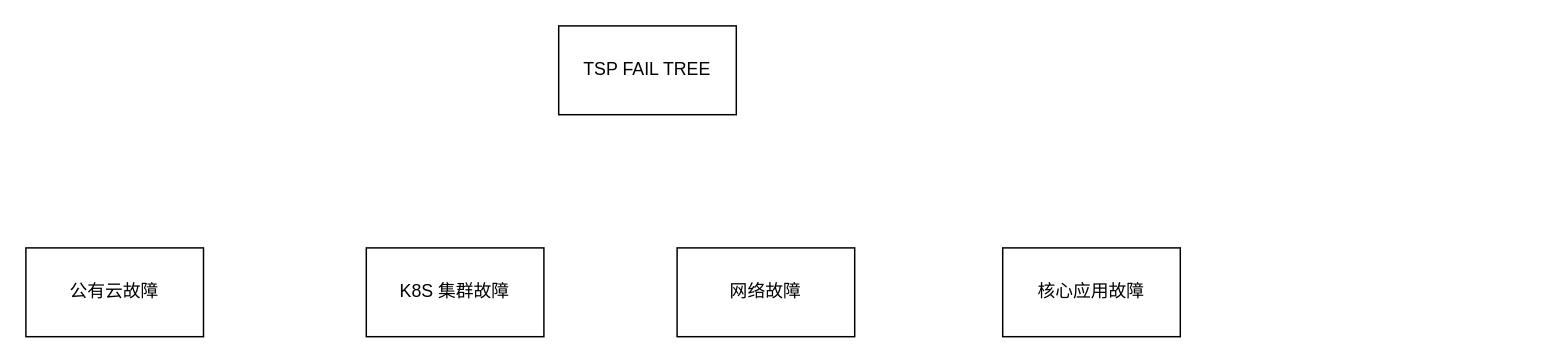
The draw.io diagram TSP FAIL TREE.drawio in tengxiao/zabbix-report, before the edit. Source tidied: cells renumbered, new cells numbered last; positions are measured from the earlier drawing's top-left corner, leaving out a move shared by most shapes. Both pictures are drawn from the tidied source at 148%, with x=0, y=0 at pixel (25, 25).
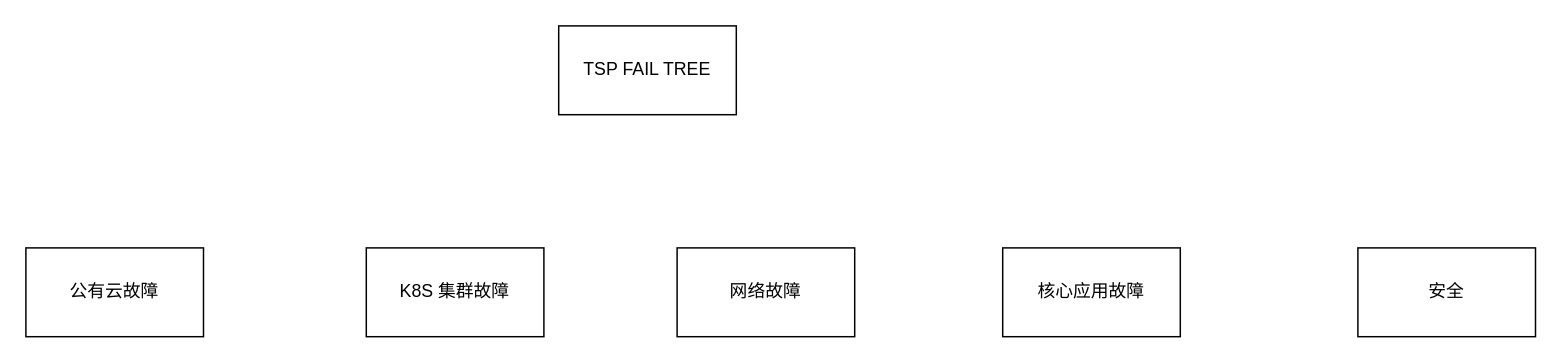
The same diagram, later.

Change to the diagram source:
```diff
@@
 <mxGraphModel>
   <root>
     <mxCell id="0" />
     <mxCell id="1" parent="0" />
     <mxCell id="2" value="TSP FAIL TREE" style="rounded=0;whiteSpace=wrap;html=1;" parent="1" vertex="1">
       <mxGeometry x="360" width="120" height="60" as="geometry" />
     </mxCell>
     <mxCell id="3" value="公有云故障" style="rounded=0;whiteSpace=wrap;html=1;" parent="1" vertex="1">
       <mxGeometry y="150" width="120" height="60" as="geometry" />
     </mxCell>
     <mxCell id="4" value="K8S 集群故障" style="rounded=0;whiteSpace=wrap;html=1;" parent="1" vertex="1">
       <mxGeometry x="230" y="150" width="120" height="60" as="geometry" />
     </mxCell>
     <mxCell id="5" value="网络故障" style="rounded=0;whiteSpace=wrap;html=1;" parent="1" vertex="1">
       <mxGeometry x="440" y="150" width="120" height="60" as="geometry" />
     </mxCell>
     <mxCell id="6" value="核心应用故障" style="rounded=0;whiteSpace=wrap;html=1;" parent="1" vertex="1">
       <mxGeometry x="660" y="150" width="120" height="60" as="geometry" />
     </mxCell>
+    <mxCell id="7" value="安全" style="rounded=0;whiteSpace=wrap;html=1;" parent="1" vertex="1">
+      <mxGeometry x="900" y="150" width="120" height="60" as="geometry" />
+    </mxCell>
   </root>
 </mxGraphModel>
```
